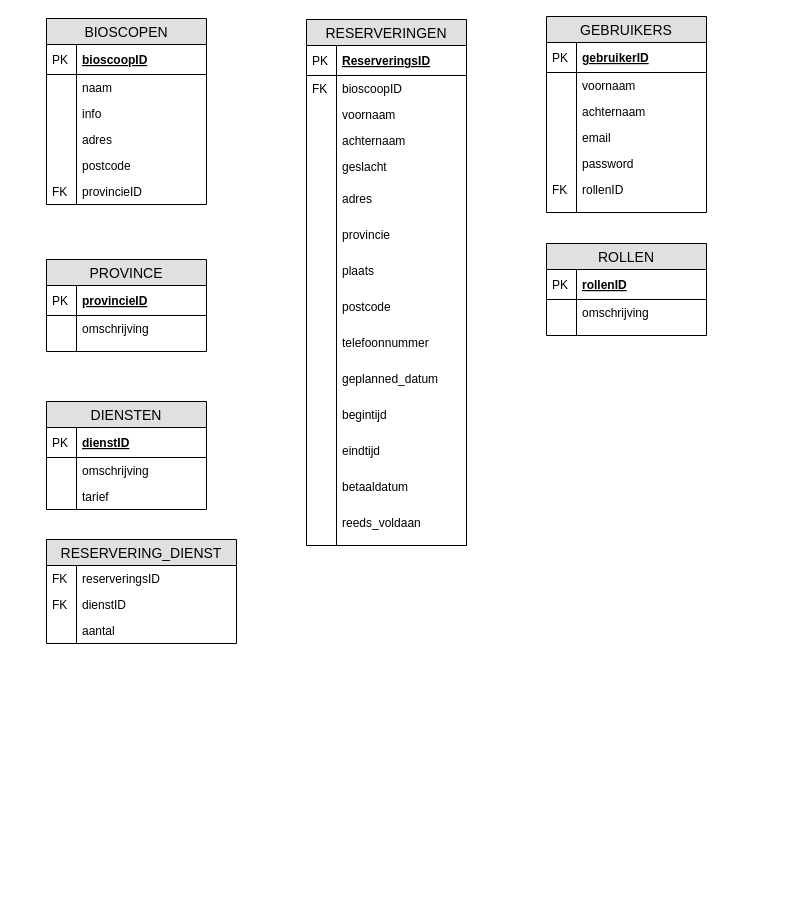
Before: docs/wireframes/draw.io/ERD.drawio in saifrashed/gameplayparty, a draw.io diagram. Source tidied: cells renumbered, new cells numbered last; positions are measured from the earlier drawing's top-left corner, leaving out a move shared by most shapes. Both pictures are drawn from the tidied source at 100%, with x=0, y=0 at pixel (46, 16).
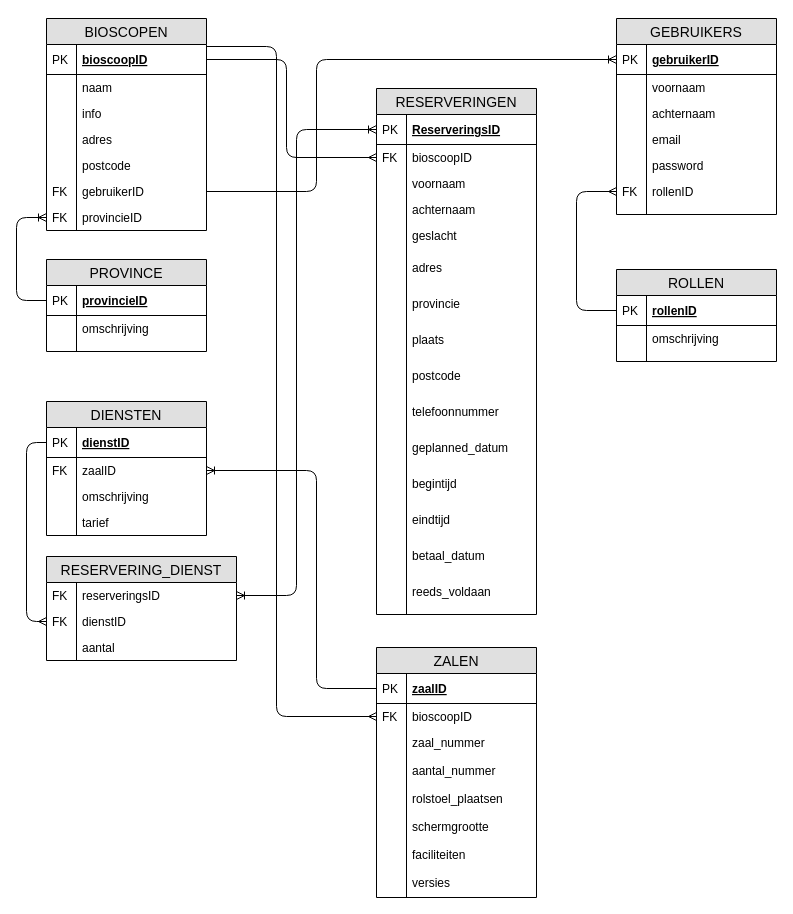
Above is the later version.

Commit message (it also covers changes not shown here):
ERD Completed

Unchanged cells that the change refers to:
```xml
<mxCell id="3" value="ReserveringsID" style="shape=partialRectangle;top=0;left=0;right=0;bottom=1;align=left;verticalAlign=middle;fillColor=none;spacingLeft=34;spacingRight=4;overflow=hidden;points=[[0,0.5],[1,0.5]];portConstraint=eastwest;fontStyle=5;fontSize=12;" parent="2" vertex="1">
  <mxGeometry y="26" width="160" height="30" as="geometry" />
</mxCell>
<mxCell id="5" value="bioscoopID" style="shape=partialRectangle;top=0;left=0;right=0;bottom=0;align=left;verticalAlign=top;fillColor=none;spacingLeft=34;spacingRight=4;overflow=hidden;points=[[0,0.5],[1,0.5]];portConstraint=eastwest;fontSize=12;" parent="2" vertex="1">
  <mxGeometry y="56" width="160" height="26" as="geometry" />
</mxCell>
<mxCell id="34" value="reserveringsID" style="shape=partialRectangle;top=0;left=0;right=0;bottom=0;align=left;verticalAlign=top;fillColor=none;spacingLeft=34;spacingRight=4;overflow=hidden;points=[[0,0.5],[1,0.5]];portConstraint=eastwest;fontSize=12;" parent="33" vertex="1">
  <mxGeometry y="26" width="190" height="26" as="geometry" />
</mxCell>
<mxCell id="36" value="dienstID" style="shape=partialRectangle;top=0;left=0;right=0;bottom=0;align=left;verticalAlign=top;fillColor=none;spacingLeft=34;spacingRight=4;overflow=hidden;points=[[0,0.5],[1,0.5]];portConstraint=eastwest;fontSize=12;" parent="33" vertex="1">
  <mxGeometry y="52" width="190" height="26" as="geometry" />
</mxCell>
<mxCell id="41" value="dienstID" style="shape=partialRectangle;top=0;left=0;right=0;bottom=1;align=left;verticalAlign=middle;fillColor=none;spacingLeft=34;spacingRight=4;overflow=hidden;points=[[0,0.5],[1,0.5]];portConstraint=eastwest;fontStyle=5;fontSize=12;" parent="40" vertex="1">
  <mxGeometry y="26" width="160" height="30" as="geometry" />
</mxCell>
<mxCell id="48" value="bioscoopID" style="shape=partialRectangle;top=0;left=0;right=0;bottom=1;align=left;verticalAlign=middle;fillColor=none;spacingLeft=34;spacingRight=4;overflow=hidden;points=[[0,0.5],[1,0.5]];portConstraint=eastwest;fontStyle=5;fontSize=12;" parent="47" vertex="1">
  <mxGeometry y="26" width="160" height="30" as="geometry" />
</mxCell>
<mxCell id="61" value="rollenID" style="shape=partialRectangle;top=0;left=0;right=0;bottom=1;align=left;verticalAlign=middle;fillColor=none;spacingLeft=34;spacingRight=4;overflow=hidden;points=[[0,0.5],[1,0.5]];portConstraint=eastwest;fontStyle=5;fontSize=12;" parent="60" vertex="1">
  <mxGeometry y="26" width="160" height="30" as="geometry" />
</mxCell>
<mxCell id="68" value="gebruikerID" style="shape=partialRectangle;top=0;left=0;right=0;bottom=1;align=left;verticalAlign=middle;fillColor=none;spacingLeft=34;spacingRight=4;overflow=hidden;points=[[0,0.5],[1,0.5]];portConstraint=eastwest;fontStyle=5;fontSize=12;" parent="67" vertex="1">
  <mxGeometry y="26" width="160" height="30" as="geometry" />
</mxCell>
<mxCell id="78" value="rollenID" style="shape=partialRectangle;top=0;left=0;right=0;bottom=0;align=left;verticalAlign=top;fillColor=none;spacingLeft=34;spacingRight=4;overflow=hidden;points=[[0,0.5],[1,0.5]];portConstraint=eastwest;fontSize=12;" parent="67" vertex="1">
  <mxGeometry y="160" width="160" height="26" as="geometry" />
</mxCell>
<mxCell id="83" value="provincieID" style="shape=partialRectangle;top=0;left=0;right=0;bottom=1;align=left;verticalAlign=middle;fillColor=none;spacingLeft=34;spacingRight=4;overflow=hidden;points=[[0,0.5],[1,0.5]];portConstraint=eastwest;fontStyle=5;fontSize=12;" parent="82" vertex="1">
  <mxGeometry y="26" width="160" height="30" as="geometry" />
</mxCell>
```

Diff of the diagram source:
```diff
@@
     <mxCell id="2" value="RESERVERINGEN" style="swimlane;fontStyle=0;horizontal=1;startSize=26;fillColor=#e0e0e0;swimlaneFillColor=#ffffff;align=center;fontSize=14;" parent="1" vertex="1">
-      <mxGeometry x="260" y="3" width="160" height="526" as="geometry" />
+      <mxGeometry x="330" y="72" width="160" height="526" as="geometry" />
     </mxCell>
@@
-    <mxCell id="29" value="betaaldatum" style="shape=partialRectangle;top=0;left=0;right=0;bottom=0;align=left;verticalAlign=top;fillColor=none;spacingLeft=34;spacingRight=4;overflow=hidden;fontSize=12;" parent="2" vertex="1">
+    <mxCell id="29" value="betaal_datum" style="shape=partialRectangle;top=0;left=0;right=0;bottom=0;align=left;verticalAlign=top;fillColor=none;spacingLeft=34;spacingRight=4;overflow=hidden;fontSize=12;" parent="2" vertex="1">
       <mxGeometry y="454" width="160" height="36" as="geometry" />
     </mxCell>
@@
     <mxCell id="33" value="RESERVERING_DIENST" style="swimlane;fontStyle=0;horizontal=1;startSize=26;fillColor=#e0e0e0;swimlaneFillColor=#ffffff;align=center;fontSize=14;" parent="1" vertex="1">
-      <mxGeometry y="523" width="190" height="104" as="geometry" />
+      <mxGeometry y="540" width="190" height="104" as="geometry" />
     </mxCell>
@@
     <mxCell id="40" value="DIENSTEN" style="swimlane;fontStyle=0;horizontal=1;startSize=26;fillColor=#e0e0e0;swimlaneFillColor=#ffffff;align=center;fontSize=14;" parent="1" vertex="1">
-      <mxGeometry y="385" width="160" height="108" as="geometry" />
+      <mxGeometry y="385" width="160" height="134" as="geometry" />
     </mxCell>
@@
+    <mxCell id="89" value="zaalID" style="shape=partialRectangle;top=0;left=0;right=0;bottom=0;align=left;verticalAlign=top;fillColor=none;spacingLeft=34;spacingRight=4;overflow=hidden;points=[[0,0.5],[1,0.5]];portConstraint=eastwest;fontSize=12;" parent="40" vertex="1">
+      <mxGeometry y="56" width="160" height="26" as="geometry" />
+    </mxCell>
+    <mxCell id="90" value="FK" style="shape=partialRectangle;top=0;left=0;bottom=0;fillColor=none;align=left;verticalAlign=top;spacingLeft=4;spacingRight=4;overflow=hidden;fontSize=12;" parent="89" vertex="1">
+      <mxGeometry width="30" height="26" as="geometry" />
+    </mxCell>
     <mxCell id="43" value="omschrijving" style="shape=partialRectangle;top=0;left=0;right=0;bottom=0;align=left;verticalAlign=top;fillColor=none;spacingLeft=34;spacingRight=4;overflow=hidden;fontSize=12;" parent="40" vertex="1">
-      <mxGeometry y="56" width="160" height="26" as="geometry" />
+      <mxGeometry y="82" width="160" height="26" as="geometry" />
     </mxCell>
@@
     <mxCell id="45" value="tarief" style="shape=partialRectangle;top=0;left=0;right=0;bottom=0;align=left;verticalAlign=top;fillColor=none;spacingLeft=34;spacingRight=4;overflow=hidden;fontSize=12;" parent="40" vertex="1">
-      <mxGeometry y="82" width="160" height="26" as="geometry" />
+      <mxGeometry y="108" width="160" height="26" as="geometry" />
     </mxCell>
@@
     <mxCell id="47" value="BIOSCOPEN" style="swimlane;fontStyle=0;horizontal=1;startSize=26;fillColor=#e0e0e0;swimlaneFillColor=#ffffff;align=center;fontSize=14;" parent="1" vertex="1">
-      <mxGeometry y="2" width="160" height="186" as="geometry" />
+      <mxGeometry y="2" width="160" height="212" as="geometry" />
     </mxCell>
@@
+    <mxCell id="91" value="postcode" style="shape=partialRectangle;top=0;left=0;right=0;bottom=0;align=left;verticalAlign=top;fillColor=none;spacingLeft=34;spacingRight=4;overflow=hidden;fontSize=12;" parent="47" vertex="1">
+      <mxGeometry y="134" width="160" height="26" as="geometry" />
+    </mxCell>
+    <mxCell id="92" style="shape=partialRectangle;top=0;left=0;bottom=0;fillColor=none;align=left;verticalAlign=top;spacingLeft=4;spacingRight=4;overflow=hidden;fontSize=12;" parent="91" vertex="1">
+      <mxGeometry width="30" height="26" as="geometry" />
+    </mxCell>
-    <mxCell id="56" value="postcode" style="shape=partialRectangle;top=0;left=0;right=0;bottom=0;align=left;verticalAlign=top;fillColor=none;spacingLeft=34;spacingRight=4;overflow=hidden;points=[[0,0.5],[1,0.5]];portConstraint=eastwest;fontSize=12;" parent="47" vertex="1">
-      <mxGeometry y="134" width="160" height="26" as="geometry" />
+    <mxCell id="56" value="gebruikerID" style="shape=partialRectangle;top=0;left=0;right=0;bottom=0;align=left;verticalAlign=top;fillColor=none;spacingLeft=34;spacingRight=4;overflow=hidden;points=[[0,0.5],[1,0.5]];portConstraint=eastwest;fontSize=12;" parent="47" vertex="1">
+      <mxGeometry y="160" width="160" height="26" as="geometry" />
     </mxCell>
-    <mxCell id="57" style="shape=partialRectangle;top=0;left=0;bottom=0;fillColor=none;align=left;verticalAlign=top;spacingLeft=4;spacingRight=4;overflow=hidden;fontSize=12;" parent="56" vertex="1">
+    <mxCell id="57" value="FK" style="shape=partialRectangle;top=0;left=0;bottom=0;fillColor=none;align=left;verticalAlign=top;spacingLeft=4;spacingRight=4;overflow=hidden;fontSize=12;" parent="56" vertex="1">
       <mxGeometry width="30" height="26" as="geometry" />
     </mxCell>
     <mxCell id="58" value="provincieID" style="shape=partialRectangle;top=0;left=0;right=0;bottom=0;align=left;verticalAlign=top;fillColor=none;spacingLeft=34;spacingRight=4;overflow=hidden;points=[[0,0.5],[1,0.5]];portConstraint=eastwest;fontSize=12;" parent="47" vertex="1">
-      <mxGeometry y="160" width="160" height="26" as="geometry" />
+      <mxGeometry y="186" width="160" height="26" as="geometry" />
     </mxCell>
@@
     <mxCell id="60" value="ROLLEN" style="swimlane;fontStyle=0;horizontal=1;startSize=26;fillColor=#e0e0e0;swimlaneFillColor=#ffffff;align=center;fontSize=14;" parent="1" vertex="1">
-      <mxGeometry x="500" y="227" width="160" height="92" as="geometry" />
+      <mxGeometry x="570" y="253" width="160" height="92" as="geometry" />
     </mxCell>
@@
     <mxCell id="67" value="GEBRUIKERS" style="swimlane;fontStyle=0;horizontal=1;startSize=26;fillColor=#e0e0e0;swimlaneFillColor=#ffffff;align=center;fontSize=14;" parent="1" vertex="1">
-      <mxGeometry x="500" width="160" height="196" as="geometry" />
+      <mxGeometry x="570" y="2" width="160" height="196" as="geometry" />
     </mxCell>
@@
+    <mxCell id="93" value="ZALEN" style="swimlane;fontStyle=0;horizontal=1;startSize=26;fillColor=#e0e0e0;swimlaneFillColor=#ffffff;align=center;fontSize=14;" parent="1" vertex="1">
+      <mxGeometry x="330" y="631" width="160" height="250" as="geometry" />
+    </mxCell>
+    <mxCell id="94" value="zaalID" style="shape=partialRectangle;top=0;left=0;right=0;bottom=1;align=left;verticalAlign=middle;fillColor=none;spacingLeft=34;spacingRight=4;overflow=hidden;points=[[0,0.5],[1,0.5]];portConstraint=eastwest;fontStyle=5;fontSize=12;" parent="93" vertex="1">
+      <mxGeometry y="26" width="160" height="30" as="geometry" />
+    </mxCell>
+    <mxCell id="95" value="PK" style="shape=partialRectangle;top=0;left=0;bottom=0;fillColor=none;align=left;verticalAlign=middle;spacingLeft=4;spacingRight=4;overflow=hidden;fontSize=12;" parent="94" vertex="1">
+      <mxGeometry width="30" height="30" as="geometry" />
+    </mxCell>
+    <mxCell id="96" value="bioscoopID" style="shape=partialRectangle;top=0;left=0;right=0;bottom=0;align=left;verticalAlign=top;fillColor=none;spacingLeft=34;spacingRight=4;overflow=hidden;points=[[0,0.5],[1,0.5]];portConstraint=eastwest;fontSize=12;" parent="93" vertex="1">
+      <mxGeometry y="56" width="160" height="26" as="geometry" />
+    </mxCell>
+    <mxCell id="97" value="FK" style="shape=partialRectangle;top=0;left=0;bottom=0;fillColor=none;align=left;verticalAlign=top;spacingLeft=4;spacingRight=4;overflow=hidden;fontSize=12;" parent="96" vertex="1">
+      <mxGeometry width="30" height="26" as="geometry" />
+    </mxCell>
+    <mxCell id="98" value="zaal_nummer" style="shape=partialRectangle;top=0;left=0;right=0;bottom=0;align=left;verticalAlign=top;fillColor=none;spacingLeft=34;spacingRight=4;overflow=hidden;fontSize=12;" parent="93" vertex="1">
+      <mxGeometry y="82" width="160" height="28" as="geometry" />
+    </mxCell>
+    <mxCell id="99" style="shape=partialRectangle;top=0;left=0;bottom=0;fillColor=none;align=left;verticalAlign=top;spacingLeft=4;spacingRight=4;overflow=hidden;fontSize=12;" parent="98" vertex="1">
+      <mxGeometry width="30" height="28" as="geometry" />
+    </mxCell>
+    <mxCell id="100" value="aantal_nummer" style="shape=partialRectangle;top=0;left=0;right=0;bottom=0;align=left;verticalAlign=top;fillColor=none;spacingLeft=34;spacingRight=4;overflow=hidden;fontSize=12;" parent="93" vertex="1">
+      <mxGeometry y="110" width="160" height="28" as="geometry" />
+    </mxCell>
+    <mxCell id="101" style="shape=partialRectangle;top=0;left=0;bottom=0;fillColor=none;align=left;verticalAlign=top;spacingLeft=4;spacingRight=4;overflow=hidden;fontSize=12;" parent="100" vertex="1">
+      <mxGeometry width="30" height="28" as="geometry" />
+    </mxCell>
+    <mxCell id="102" value="rolstoel_plaatsen" style="shape=partialRectangle;top=0;left=0;right=0;bottom=0;align=left;verticalAlign=top;fillColor=none;spacingLeft=34;spacingRight=4;overflow=hidden;fontSize=12;" parent="93" vertex="1">
+      <mxGeometry y="138" width="160" height="28" as="geometry" />
+    </mxCell>
+    <mxCell id="103" style="shape=partialRectangle;top=0;left=0;bottom=0;fillColor=none;align=left;verticalAlign=top;spacingLeft=4;spacingRight=4;overflow=hidden;fontSize=12;" parent="102" vertex="1">
+      <mxGeometry width="30" height="28" as="geometry" />
+    </mxCell>
+    <mxCell id="104" value="schermgrootte" style="shape=partialRectangle;top=0;left=0;right=0;bottom=0;align=left;verticalAlign=top;fillColor=none;spacingLeft=34;spacingRight=4;overflow=hidden;fontSize=12;" parent="93" vertex="1">
+      <mxGeometry y="166" width="160" height="28" as="geometry" />
+    </mxCell>
+    <mxCell id="105" style="shape=partialRectangle;top=0;left=0;bottom=0;fillColor=none;align=left;verticalAlign=top;spacingLeft=4;spacingRight=4;overflow=hidden;fontSize=12;" parent="104" vertex="1">
+      <mxGeometry width="30" height="28" as="geometry" />
+    </mxCell>
+    <mxCell id="106" value="faciliteiten" style="shape=partialRectangle;top=0;left=0;right=0;bottom=0;align=left;verticalAlign=top;fillColor=none;spacingLeft=34;spacingRight=4;overflow=hidden;fontSize=12;" parent="93" vertex="1">
+      <mxGeometry y="194" width="160" height="28" as="geometry" />
+    </mxCell>
+    <mxCell id="107" style="shape=partialRectangle;top=0;left=0;bottom=0;fillColor=none;align=left;verticalAlign=top;spacingLeft=4;spacingRight=4;overflow=hidden;fontSize=12;" parent="106" vertex="1">
+      <mxGeometry width="30" height="28" as="geometry" />
+    </mxCell>
+    <mxCell id="108" value="versies" style="shape=partialRectangle;top=0;left=0;right=0;bottom=0;align=left;verticalAlign=top;fillColor=none;spacingLeft=34;spacingRight=4;overflow=hidden;fontSize=12;" parent="93" vertex="1">
+      <mxGeometry y="222" width="160" height="28" as="geometry" />
+    </mxCell>
+    <mxCell id="109" style="shape=partialRectangle;top=0;left=0;bottom=0;fillColor=none;align=left;verticalAlign=top;spacingLeft=4;spacingRight=4;overflow=hidden;fontSize=12;" parent="108" vertex="1">
+      <mxGeometry width="30" height="28" as="geometry" />
+    </mxCell>
+    <mxCell id="110" style="edgeStyle=elbowEdgeStyle;fontSize=12;html=1;endArrow=ERoneToMany;entryX=0;entryY=0.5;entryDx=0;entryDy=0;exitX=0;exitY=0.5;exitDx=0;exitDy=0;" parent="1" edge="1" source="83" target="58">
+      <mxGeometry relative="1" as="geometry">
+        <Array as="points">
+          <mxPoint x="-30" y="623" />
+        </Array>
+      </mxGeometry>
+    </mxCell>
+    <mxCell id="111" style="edgeStyle=elbowEdgeStyle;fontSize=12;html=1;endArrow=ERmany;entryX=0;entryY=0.5;entryDx=0;entryDy=0;exitX=0;exitY=0.5;exitDx=0;exitDy=0;" parent="1" edge="1" source="41" target="36">
+      <mxGeometry relative="1" as="geometry">
+        <Array as="points">
+          <mxPoint x="-20" y="653" />
+        </Array>
+      </mxGeometry>
+    </mxCell>
+    <mxCell id="112" style="edgeStyle=elbowEdgeStyle;fontSize=12;html=1;endArrow=ERoneToMany;startArrow=ERoneToMany;entryX=0;entryY=0.5;entryDx=0;entryDy=0;" parent="1" edge="1" source="34" target="3">
+      <mxGeometry relative="1" as="geometry">
+        <Array as="points">
+          <mxPoint x="250" y="293" />
+        </Array>
+      </mxGeometry>
+    </mxCell>
+    <mxCell id="113" style="edgeStyle=elbowEdgeStyle;fontSize=12;html=1;endArrow=ERmany;entryX=0;entryY=0.5;entryDx=0;entryDy=0;exitX=1;exitY=0.5;exitDx=0;exitDy=0;" parent="1" edge="1" source="48" target="5">
+      <mxGeometry relative="1" as="geometry">
+        <Array as="points">
+          <mxPoint x="240" y="63" />
+        </Array>
+      </mxGeometry>
+    </mxCell>
+    <mxCell id="114" style="edgeStyle=elbowEdgeStyle;fontSize=12;html=1;endArrow=ERmany;entryX=0;entryY=0.5;entryDx=0;entryDy=0;exitX=0;exitY=0.5;exitDx=0;exitDy=0;" parent="1" edge="1" source="61" target="78">
+      <mxGeometry relative="1" as="geometry">
+        <Array as="points">
+          <mxPoint x="530" y="213" />
+        </Array>
+      </mxGeometry>
+    </mxCell>
+    <mxCell id="115" style="edgeStyle=elbowEdgeStyle;fontSize=12;html=1;endArrow=ERmany;entryX=0;entryY=0.5;entryDx=0;entryDy=0;exitX=1;exitY=0.5;exitDx=0;exitDy=0;" parent="1" edge="1" target="96">
+      <mxGeometry relative="1" as="geometry">
+        <mxPoint x="160" y="30" as="sourcePoint" />
+        <Array as="points">
+          <mxPoint x="230" y="303" />
+          <mxPoint x="250" y="443" />
+          <mxPoint x="240" y="433" />
+          <mxPoint x="250" y="63" />
+          <mxPoint x="240" y="63" />
+          <mxPoint x="250" y="133" />
+        </Array>
+      </mxGeometry>
+    </mxCell>
+    <mxCell id="116" style="edgeStyle=elbowEdgeStyle;fontSize=12;html=1;endArrow=ERoneToMany;entryX=1;entryY=0.5;entryDx=0;entryDy=0;exitX=0;exitY=0.5;exitDx=0;exitDy=0;" parent="1" edge="1" source="94" target="89">
+      <mxGeometry relative="1" as="geometry">
+        <Array as="points">
+          <mxPoint x="270" y="543" />
+          <mxPoint x="220" y="543" />
+          <mxPoint x="240" y="673" />
+          <mxPoint x="250" y="663" />
+        </Array>
+      </mxGeometry>
+    </mxCell>
+    <mxCell id="117" style="edgeStyle=elbowEdgeStyle;fontSize=12;html=1;endArrow=ERoneToMany;exitX=1;exitY=0.5;exitDx=0;exitDy=0;entryX=0;entryY=0.5;entryDx=0;entryDy=0;" parent="1" edge="1" source="56" target="68">
+      <mxGeometry relative="1" as="geometry">
+        <Array as="points">
+          <mxPoint x="270" y="43" />
+          <mxPoint x="240" y="-37" />
+          <mxPoint x="190" y="-17" />
+          <mxPoint x="220" y="-37" />
+          <mxPoint x="180" y="53" />
+          <mxPoint x="180" y="-7" />
+          <mxPoint x="500" y="-7" />
+          <mxPoint x="540" y="23" />
+          <mxPoint x="540" y="3" />
+          <mxPoint x="550" y="3" />
+          <mxPoint x="550" y="23" />
+          <mxPoint x="260" y="3" />
+          <mxPoint x="200" y="73" />
+          <mxPoint x="200" y="23" />
+          <mxPoint x="200" y="13" />
+          <mxPoint x="290" y="-7" />
+        </Array>
+      </mxGeometry>
+    </mxCell>
```
